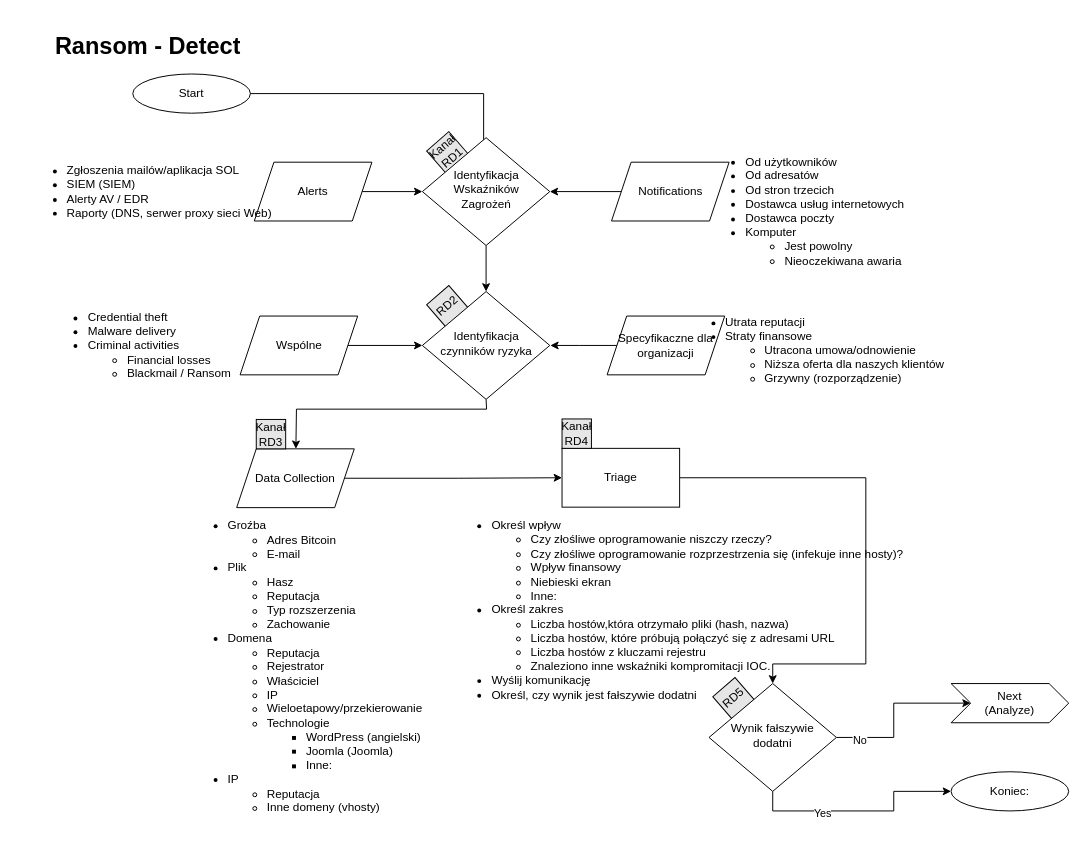
amigasz/Playbooks keeps this draw.io diagram as page "Detect" (1 of 5) of IRP-Ransom/Workflows/Ransom-Workflow.drawio. Above is the earlier version. Source tidied: cells renumbered, new cells numbered last; positions are measured from the earlier drawing's top-left corner, leaving out a move shared by most shapes. Both pictures are drawn from the tidied source at 98%, with x=0, y=0 at pixel (17, 26).
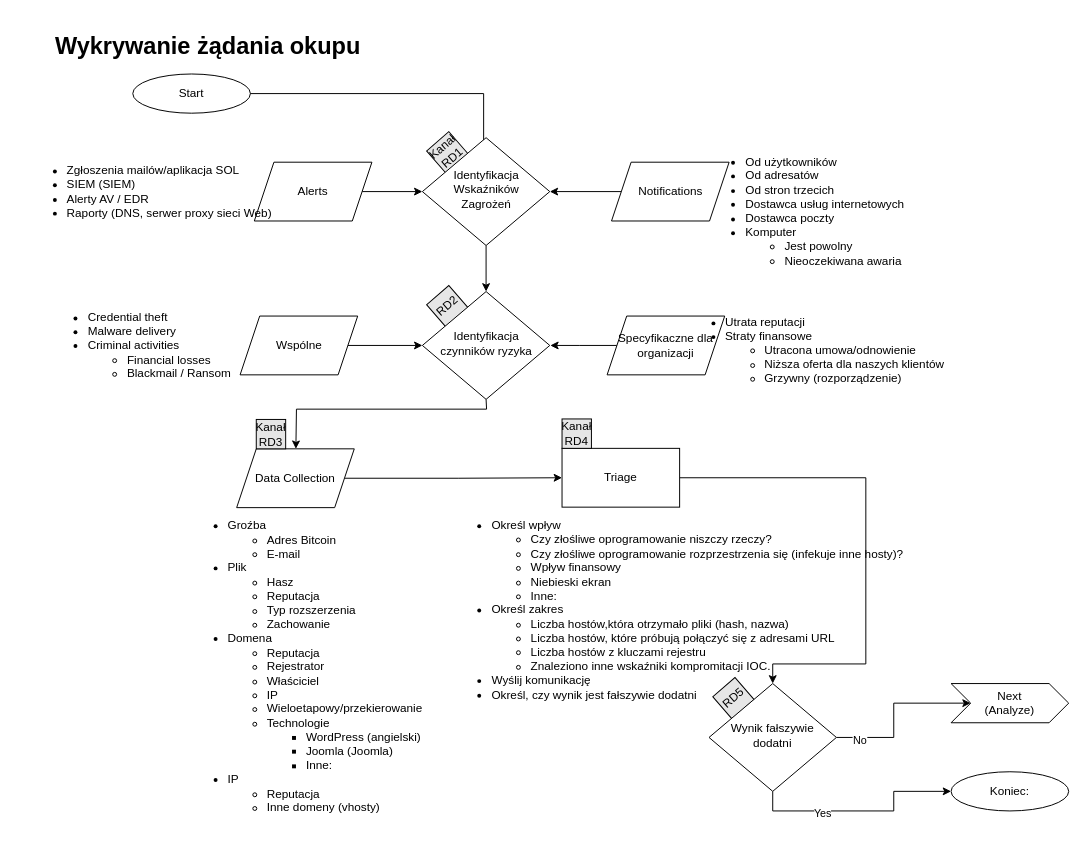
After the change.

What changed in the source:
```diff
@@
-    <mxCell id="21" value="&lt;h1&gt;Ransom - Detect&lt;br&gt;&lt;/h1&gt;" style="text;html=1;strokeColor=none;fillColor=none;spacing=5;spacingTop=-20;whiteSpace=wrap;overflow=hidden;rounded=0;" parent="1" vertex="1">
-      <mxGeometry x="34" width="260" height="40" as="geometry" />
+    <mxCell id="21" value="&lt;h1&gt;&lt;font&gt;Wykrywanie żądania okupu&lt;/font&gt;&lt;br&gt;&lt;/h1&gt;" style="text;html=1;strokeColor=none;fillColor=none;spacing=5;spacingTop=-20;whiteSpace=wrap;overflow=hidden;rounded=0;" parent="1" vertex="1">
+      <mxGeometry x="34" width="400" height="40" as="geometry" />
     </mxCell>
```
